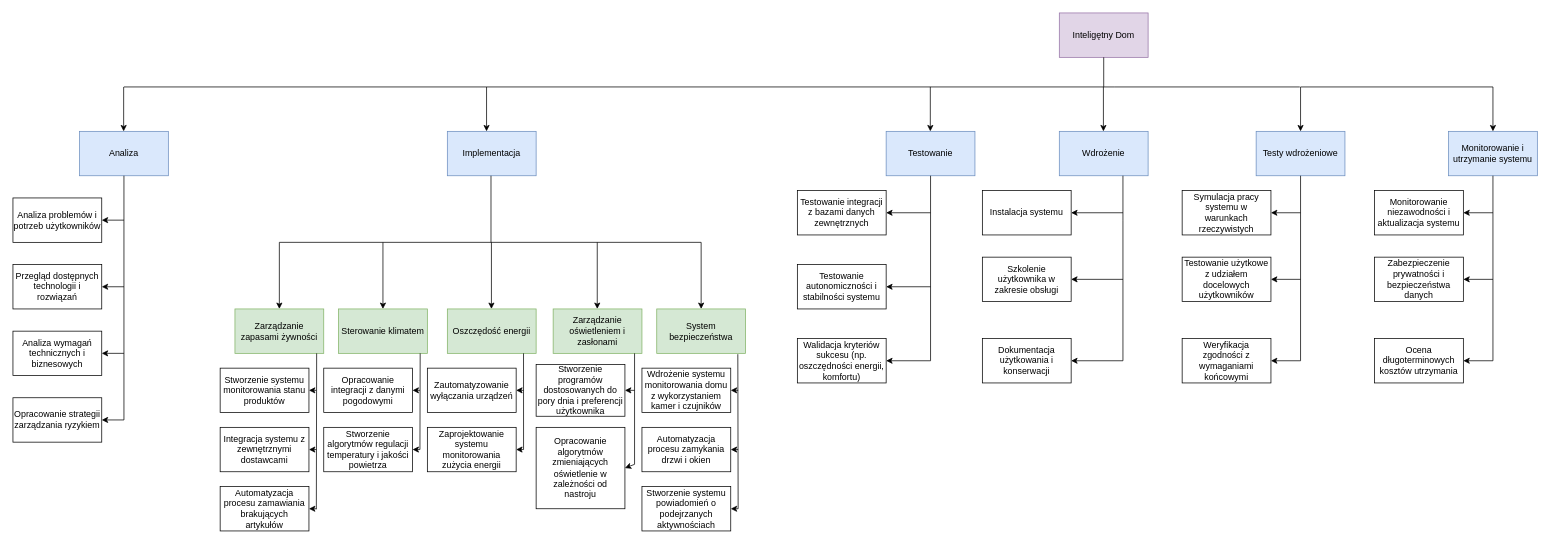
This is Diagram bez tytułu.drawio from julian428/wbs, a draw.io file, before an edit. Source tidied: cells renumbered, new cells numbered last; positions are measured from the earlier drawing's top-left corner, leaving out a move shared by most shapes. Both pictures are drawn from the tidied source at 74%, with x=0, y=0 at pixel (13, 13).
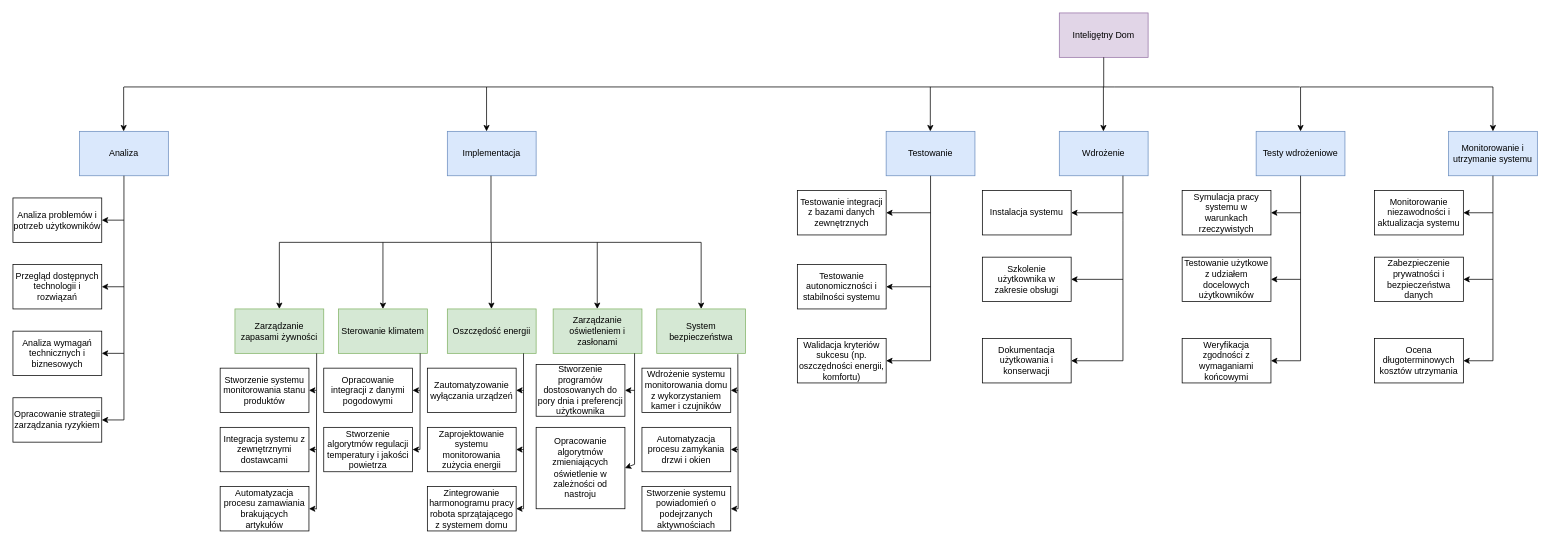
The same page after the edit.

The change refers to these unchanged cells:
```xml
<mxCell id="22" value="Oszczędość energii" style="rounded=0;whiteSpace=wrap;html=1;fillColor=#d5e8d4;strokeColor=#82b366;" parent="1" vertex="1">
  <mxGeometry x="587" y="400" width="120" height="60" as="geometry" />
</mxCell>
```

Diff of the diagram source:
```diff
@@
     <mxCell id="60" style="endArrow=none;html=1;rounded=0;entryX=0.858;entryY=1;entryDx=0;entryDy=0;entryPerimeter=0;" parent="1" edge="1" target="22">
       <mxGeometry relative="1" as="geometry">
-        <mxPoint x="690" y="590" as="sourcePoint" />
+        <mxPoint x="690" y="670" as="sourcePoint" />
       </mxGeometry>
     </mxCell>
@@
+    <mxCell id="97" value="Zintegrowanie harmonogramu pracy robota sprzątającego z systemem domu" style="rounded=0;whiteSpace=wrap;html=1;" parent="1" vertex="1">
+      <mxGeometry x="560" y="640" width="120" height="60" as="geometry" />
+    </mxCell>
+    <mxCell id="98" style="endArrow=classic;html=1;rounded=0;entryX=1;entryY=0.5;entryDx=0;entryDy=0;" parent="1" edge="1" target="97">
+      <mxGeometry relative="1" as="geometry">
+        <mxPoint x="690" y="670" as="sourcePoint" />
+      </mxGeometry>
+    </mxCell>
```
